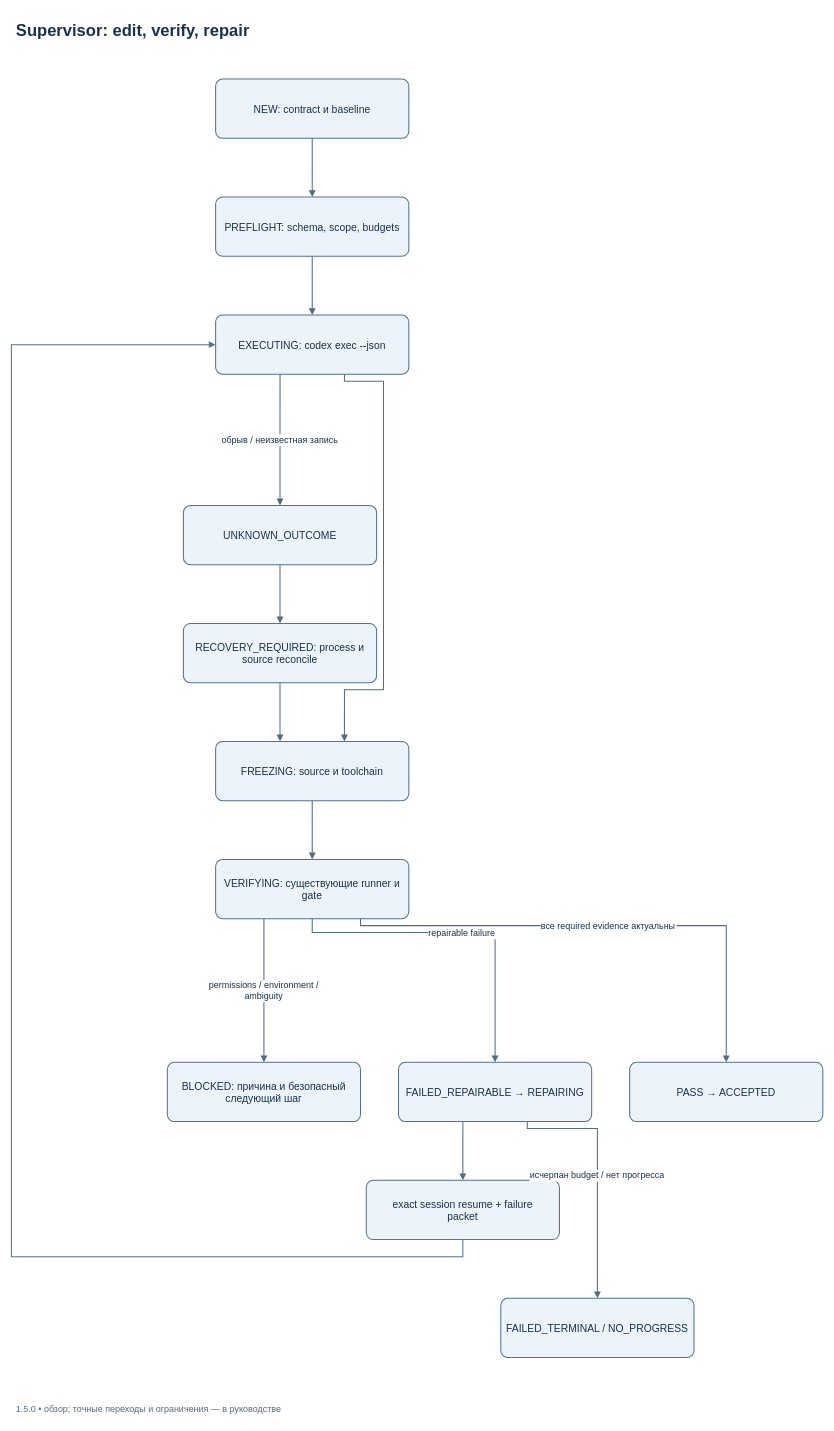
Earlier version of the draw.io diagram docs/diagrams/supervisor-repair.drawio (SUKUNA-AI/agent-harness). Source tidied: cells renumbered, new cells numbered last; positions are measured from the earlier drawing's top-left corner, leaving out a move shared by most shapes. Both pictures are drawn from the tidied source at 69%, with x=0, y=0 at pixel (11, 11).
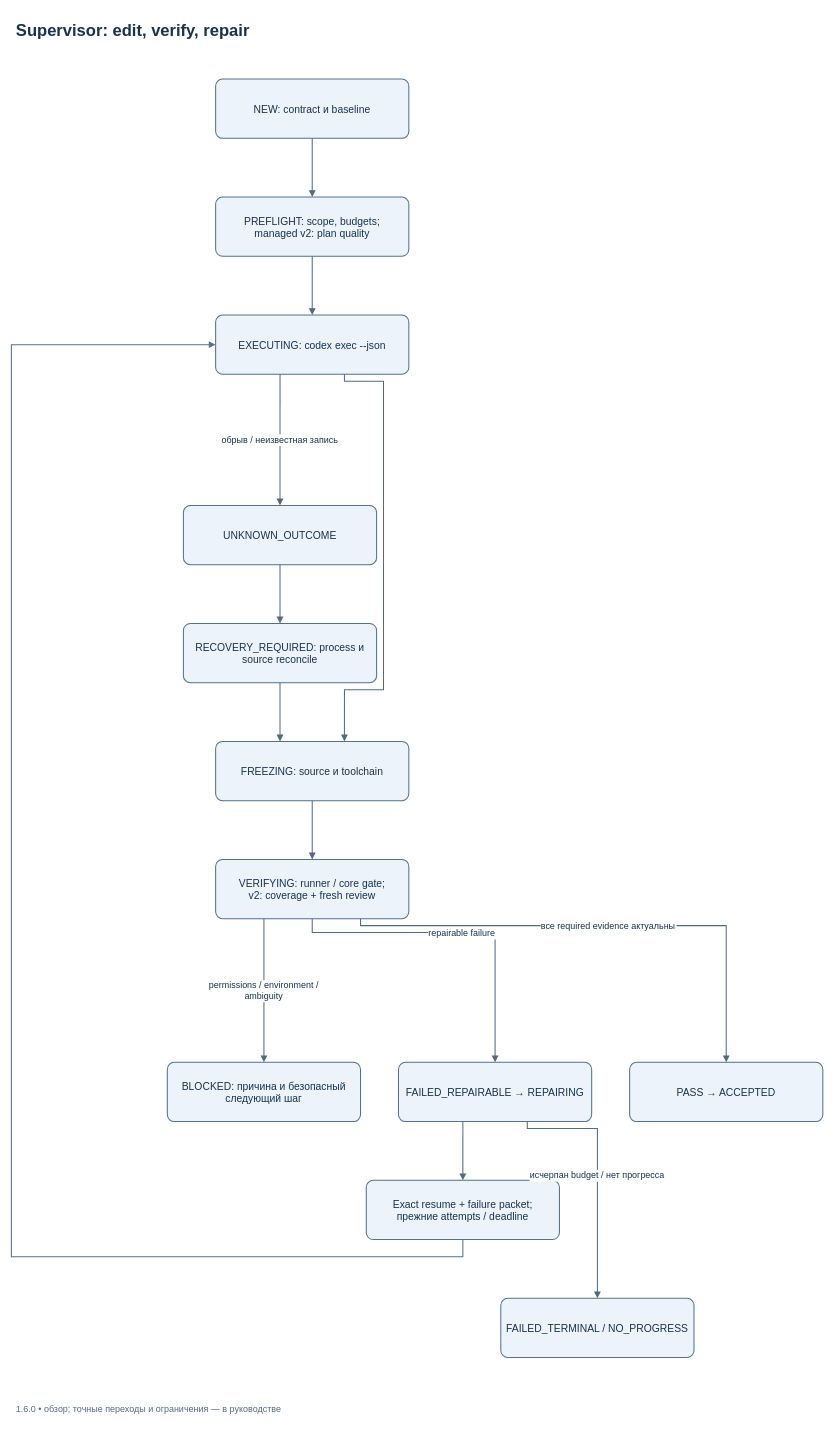
The same page after the edit.

Change to the diagram source:
```diff
@@
-    <mxCell id="4" value="PREFLIGHT: schema, scope, budgets" style="rounded=1;arcSize=12;whiteSpace=nowrap;html=0;align=center;verticalAlign=middle;fontFamily=Arial;fontSize=15;spacing=12;strokeWidth=1.5;strokeColor=#54718E;fillColor=#EDF3FA;fontColor=#18324F;" parent="1" vertex="1">
+    <mxCell id="4" value="PREFLIGHT: scope, budgets;&#10;managed v2: plan quality" style="rounded=1;arcSize=12;whiteSpace=nowrap;html=0;align=center;verticalAlign=middle;fontFamily=Arial;fontSize=15;spacing=12;strokeWidth=1.5;strokeColor=#54718E;fillColor=#EDF3FA;fontColor=#18324F;" parent="1" vertex="1">
       <mxGeometry x="296" y="269" width="280" height="86" as="geometry" />
     </mxCell>
@@
-    <mxCell id="7" value="VERIFYING: существующие runner и&#10;gate" style="rounded=1;arcSize=12;whiteSpace=nowrap;html=0;align=center;verticalAlign=middle;fontFamily=Arial;fontSize=15;spacing=12;strokeWidth=1.5;strokeColor=#54718E;fillColor=#EDF3FA;fontColor=#18324F;" parent="1" vertex="1">
+    <mxCell id="7" value="VERIFYING: runner / core gate;&#10;v2: coverage + fresh review" style="rounded=1;arcSize=12;whiteSpace=nowrap;html=0;align=center;verticalAlign=middle;fontFamily=Arial;fontSize=15;spacing=12;strokeWidth=1.5;strokeColor=#54718E;fillColor=#EDF3FA;fontColor=#18324F;" parent="1" vertex="1">
       <mxGeometry x="296" y="1229" width="280" height="86" as="geometry" />
     </mxCell>
@@
-    <mxCell id="10" value="exact session resume + failure&#10;packet" style="rounded=1;arcSize=12;whiteSpace=nowrap;html=0;align=center;verticalAlign=middle;fontFamily=Arial;fontSize=15;spacing=12;strokeWidth=1.5;strokeColor=#54718E;fillColor=#EDF3FA;fontColor=#18324F;" parent="1" vertex="1">
+    <mxCell id="10" value="Exact resume + failure packet;&#10;прежние attempts / deadline" style="rounded=1;arcSize=12;whiteSpace=nowrap;html=0;align=center;verticalAlign=middle;fontFamily=Arial;fontSize=15;spacing=12;strokeWidth=1.5;strokeColor=#54718E;fillColor=#EDF3FA;fontColor=#18324F;" parent="1" vertex="1">
       <mxGeometry x="514.3" y="1694" width="280" height="86" as="geometry" />
     </mxCell>
@@
-    <mxCell id="28" value="1.5.0 • обзор; точные переходы и ограничения — в руководстве" style="text;html=0;align=left;fontFamily=Arial;fontSize=13;fontColor=#526A82;" parent="1" vertex="1">
+    <mxCell id="28" value="1.6.0 • обзор; точные переходы и ограничения — в руководстве" style="text;html=0;align=left;fontFamily=Arial;fontSize=13;fontColor=#526A82;" parent="1" vertex="1">
       <mxGeometry x="5" y="2011" width="1171" height="30" as="geometry" />
     </mxCell>
```
